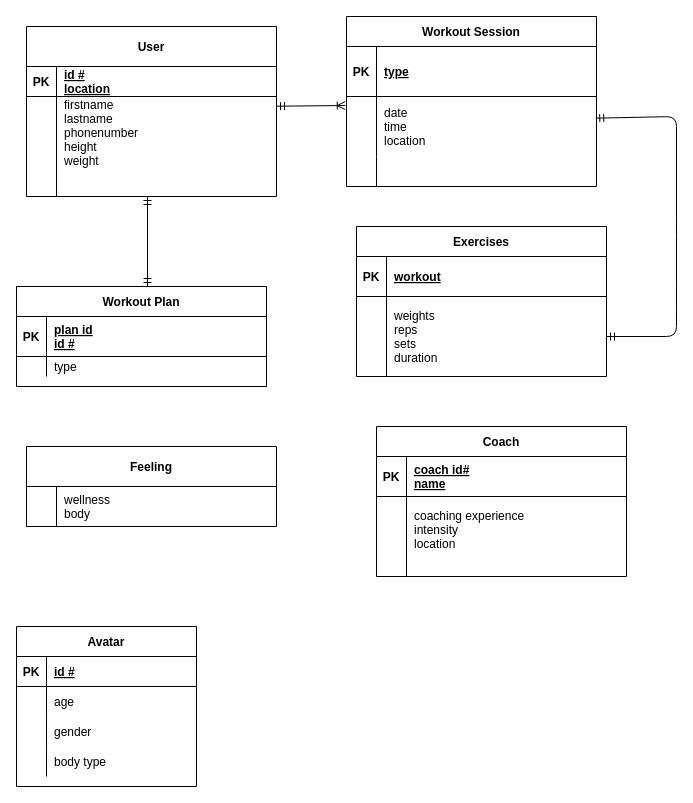
Above: Untitled Diagram.drawio in YmaniN/FitnessTracker (draw.io), before the change. Source tidied: cells renumbered, new cells numbered last; positions are measured from the earlier drawing's top-left corner, leaving out a move shared by most shapes. Both pictures are drawn from the tidied source at 100%, with x=0, y=0 at pixel (16, 16).
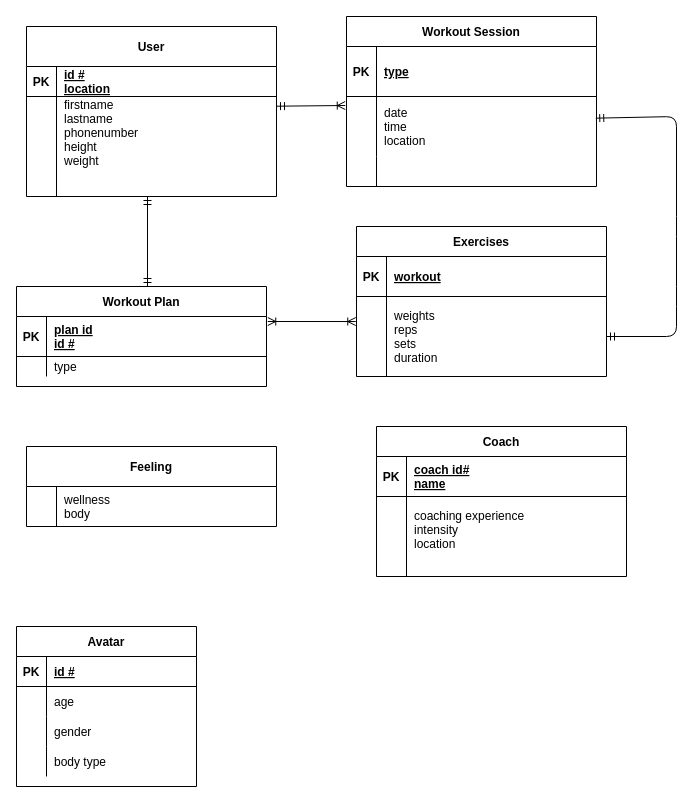
The same diagram, later.

Commit message:
workout plan to exercises

a workout plan can have many exercises and a exercise can be in many workout plans

Unchanged cells that the change refers to:
```xml
<mxCell id="16" style="shape=partialRectangle;fillColor=none;points=[[0,0.5],[1,0.5]];portConstraint=eastwest;top=0;left=0;right=0;bottom=0;" parent="12" vertex="1">
  <mxGeometry y="70" width="250" height="80" as="geometry" />
</mxCell>
<mxCell id="20" style="shape=partialRectangle;fillColor=none;points=[[0,0.5],[1,0.5]];portConstraint=eastwest;top=0;left=0;right=0;bottom=1;" parent="19" vertex="1">
  <mxGeometry y="30" width="250" height="40" as="geometry" />
</mxCell>
```

Diff of the diagram source:
```diff
@@
+    <mxCell id="60" style="endArrow=ERoneToMany;html=1;entryX=-0.003;entryY=0.313;entryDx=0;entryDy=0;entryPerimeter=0;exitX=1.005;exitY=0.125;exitDx=0;exitDy=0;exitPerimeter=0;endFill=0;startArrow=ERoneToMany;startFill=0;" parent="1" edge="1" source="20" target="16">
+      <mxGeometry relative="1" as="geometry" />
+    </mxCell>
```
